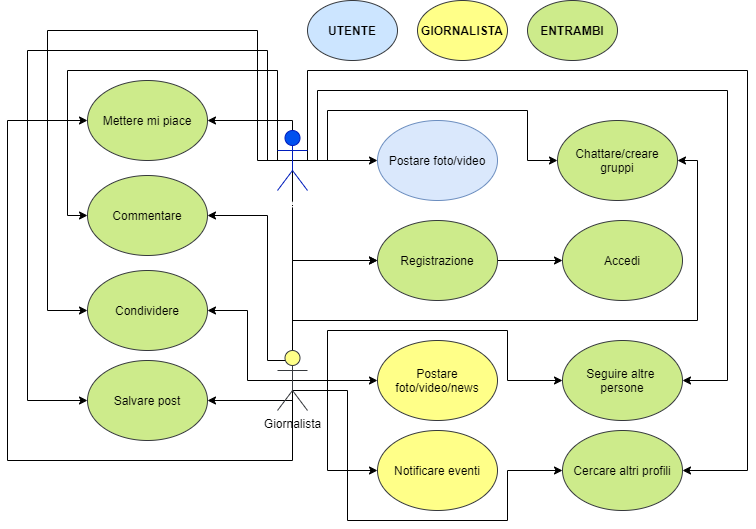
Above: UseCase.png in LucaNastasi/LibroAuto (draw.io), before the change. Source tidied: cells renumbered, new cells last; positions are measured from the earlier drawing's top-left corner, leaving out a move shared by most shapes.
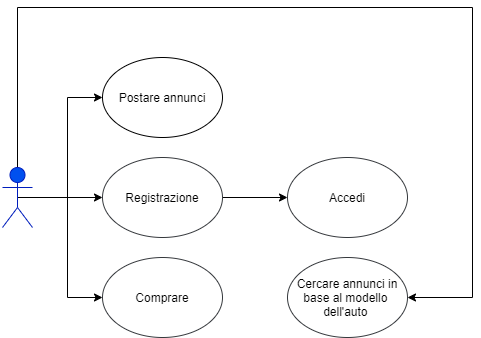
Later version of the same file.

The edit, as a diff of the source:
```diff
@@ -12,211 +12,38 @@
     <mxCell id="3" style="edgeStyle=orthogonalEdgeStyle;rounded=0;jettySize=auto;html=1;exitX=0.5;exitY=0.5;exitDx=0;exitDy=0;exitPerimeter=0;entryX=0;entryY=0.5;entryDx=0;entryDy=0;" parent="1" edge="1" source="11" target="35">
       <mxGeometry relative="1" as="geometry" />
     </mxCell>
+    <mxCell id="9" style="edgeStyle=orthogonalEdgeStyle;rounded=0;jettySize=auto;html=1;exitX=0.5;exitY=0.5;exitDx=0;exitDy=0;exitPerimeter=0;entryX=1;entryY=0.5;entryDx=0;entryDy=0;" parent="1" edge="1" source="11" target="34">
+      <mxGeometry relative="1" as="geometry">
+        <Array as="points">
+          <mxPoint x="285" y="70" />
+          <mxPoint x="740" y="70" />
+          <mxPoint x="740" y="360" />
+        </Array>
+      </mxGeometry>
+    </mxCell>
     <mxCell id="4" style="edgeStyle=orthogonalEdgeStyle;rounded=0;jettySize=auto;html=1;exitX=0.5;exitY=0.5;exitDx=0;exitDy=0;exitPerimeter=0;entryX=0;entryY=0.5;entryDx=0;entryDy=0;" parent="1" edge="1" source="11" target="28">
-      <mxGeometry relative="1" as="geometry">
-        <Array as="points">
-          <mxPoint x="270" y="160" />
-          <mxPoint x="270" y="70" />
-          <mxPoint x="60" y="70" />
-          <mxPoint x="60" y="215" />
-        </Array>
-      </mxGeometry>
+      <mxGeometry relative="1" as="geometry" />
     </mxCell>
-    <mxCell id="5" style="edgeStyle=orthogonalEdgeStyle;rounded=0;jettySize=auto;html=1;exitX=0.5;exitY=0.5;exitDx=0;exitDy=0;exitPerimeter=0;entryX=0;entryY=0.5;entryDx=0;entryDy=0;" parent="1" edge="1" source="11" target="29">
-      <mxGeometry relative="1" as="geometry">
-        <Array as="points">
-          <mxPoint x="250" y="160" />
-          <mxPoint x="250" y="30" />
-          <mxPoint x="40" y="30" />
-          <mxPoint x="40" y="310" />
-        </Array>
-      </mxGeometry>
-    </mxCell>
-    <mxCell id="6" style="edgeStyle=orthogonalEdgeStyle;rounded=0;jettySize=auto;html=1;exitX=0.5;exitY=0.5;exitDx=0;exitDy=0;exitPerimeter=0;entryX=0;entryY=0.5;entryDx=0;entryDy=0;" parent="1" edge="1" source="11" target="30">
-      <mxGeometry relative="1" as="geometry">
-        <Array as="points">
-          <mxPoint x="260" y="160" />
-          <mxPoint x="260" y="50" />
-          <mxPoint x="20" y="50" />
-          <mxPoint x="20" y="400" />
-        </Array>
-      </mxGeometry>
-    </mxCell>
-    <mxCell id="7" style="edgeStyle=orthogonalEdgeStyle;rounded=0;jettySize=auto;html=1;exitX=0.5;exitY=0.5;exitDx=0;exitDy=0;exitPerimeter=0;entryX=1;entryY=0.5;entryDx=0;entryDy=0;" parent="1" edge="1" source="11" target="31">
-      <mxGeometry relative="1" as="geometry">
-        <Array as="points">
-          <mxPoint x="285" y="120" />
-        </Array>
-      </mxGeometry>
-    </mxCell>
-    <mxCell id="8" style="edgeStyle=orthogonalEdgeStyle;rounded=0;jettySize=auto;html=1;exitX=0.5;exitY=0.5;exitDx=0;exitDy=0;exitPerimeter=0;" parent="1" edge="1" source="11" target="32">
-      <mxGeometry relative="1" as="geometry">
-        <Array as="points">
-          <mxPoint x="320" y="160" />
-          <mxPoint x="320" y="110" />
-          <mxPoint x="520" y="110" />
-          <mxPoint x="520" y="160" />
-        </Array>
-      </mxGeometry>
-    </mxCell>
-    <mxCell id="9" style="edgeStyle=orthogonalEdgeStyle;rounded=0;jettySize=auto;html=1;exitX=0.5;exitY=0.5;exitDx=0;exitDy=0;exitPerimeter=0;entryX=1;entryY=0.5;entryDx=0;entryDy=0;" parent="1" edge="1" source="11" target="34">
-      <mxGeometry relative="1" as="geometry">
-        <Array as="points">
-          <mxPoint x="300" y="160" />
-          <mxPoint x="300" y="70" />
-          <mxPoint x="740" y="70" />
-          <mxPoint x="740" y="470" />
-        </Array>
-      </mxGeometry>
-    </mxCell>
-    <mxCell id="10" style="edgeStyle=orthogonalEdgeStyle;rounded=0;jettySize=auto;html=1;exitX=0.5;exitY=0.5;exitDx=0;exitDy=0;exitPerimeter=0;entryX=1;entryY=0.5;entryDx=0;entryDy=0;" parent="1" edge="1" source="11" target="33">
-      <mxGeometry relative="1" as="geometry">
-        <Array as="points">
-          <mxPoint x="310" y="160" />
-          <mxPoint x="310" y="90" />
-          <mxPoint x="720" y="90" />
-          <mxPoint x="720" y="380" />
-        </Array>
-      </mxGeometry>
-    </mxCell>
     <mxCell id="11" value="Utente" style="shape=umlActor;verticalLabelPosition=bottom;verticalAlign=top;html=1;outlineConnect=0;fillColor=#0050ef;strokeColor=#001DBC;fontColor=#ffffff;" parent="1" vertex="1">
-      <mxGeometry x="270" y="130" width="30" height="60" as="geometry" />
+      <mxGeometry x="270" y="230" width="30" height="60" as="geometry" />
     </mxCell>
-    <mxCell id="12" style="edgeStyle=orthogonalEdgeStyle;rounded=0;jettySize=auto;html=1;exitX=0.5;exitY=0.5;exitDx=0;exitDy=0;exitPerimeter=0;entryX=0;entryY=0.5;entryDx=0;entryDy=0;" parent="1" edge="1" source="22" target="24">
-      <mxGeometry relative="1" as="geometry">
-        <Array as="points">
-          <mxPoint x="285" y="260" />
-        </Array>
-      </mxGeometry>
-    </mxCell>
-    <mxCell id="13" style="edgeStyle=orthogonalEdgeStyle;rounded=0;jettySize=auto;html=1;exitX=0.5;exitY=0.5;exitDx=0;exitDy=0;exitPerimeter=0;entryX=0;entryY=0.5;entryDx=0;entryDy=0;" parent="1" edge="1" source="22" target="26">
-      <mxGeometry relative="1" as="geometry">
-        <Array as="points">
-          <mxPoint x="370" y="380" />
-        </Array>
-      </mxGeometry>
-    </mxCell>
-    <mxCell id="14" style="edgeStyle=orthogonalEdgeStyle;rounded=0;jettySize=auto;html=1;exitX=0.5;exitY=0.5;exitDx=0;exitDy=0;exitPerimeter=0;entryX=0;entryY=0.5;entryDx=0;entryDy=0;" parent="1" edge="1" source="22" target="27">
-      <mxGeometry relative="1" as="geometry">
-        <Array as="points">
-          <mxPoint x="320" y="380" />
-          <mxPoint x="320" y="470" />
-        </Array>
-      </mxGeometry>
-    </mxCell>
-    <mxCell id="15" style="edgeStyle=orthogonalEdgeStyle;rounded=0;jettySize=auto;html=1;exitX=0.5;exitY=0.5;exitDx=0;exitDy=0;exitPerimeter=0;entryX=1;entryY=0.5;entryDx=0;entryDy=0;" parent="1" edge="1" source="22" target="28">
-      <mxGeometry relative="1" as="geometry">
-        <Array as="points">
-          <mxPoint x="285" y="360" />
-          <mxPoint x="260" y="360" />
-          <mxPoint x="260" y="215" />
-        </Array>
-      </mxGeometry>
-    </mxCell>
-    <mxCell id="16" style="edgeStyle=orthogonalEdgeStyle;rounded=0;jettySize=auto;html=1;exitX=0.5;exitY=0.5;exitDx=0;exitDy=0;exitPerimeter=0;entryX=1;entryY=0.5;entryDx=0;entryDy=0;" parent="1" edge="1" source="22" target="29">
-      <mxGeometry relative="1" as="geometry">
-        <Array as="points">
-          <mxPoint x="240" y="380" />
-          <mxPoint x="240" y="310" />
-        </Array>
-      </mxGeometry>
-    </mxCell>
-    <mxCell id="17" style="edgeStyle=orthogonalEdgeStyle;rounded=0;jettySize=auto;html=1;exitX=0.5;exitY=0.5;exitDx=0;exitDy=0;exitPerimeter=0;entryX=1;entryY=0.5;entryDx=0;entryDy=0;" parent="1" edge="1" source="22" target="30">
-      <mxGeometry relative="1" as="geometry">
-        <Array as="points">
-          <mxPoint x="285" y="400" />
-        </Array>
-      </mxGeometry>
-    </mxCell>
-    <mxCell id="18" style="edgeStyle=orthogonalEdgeStyle;rounded=0;jettySize=auto;html=1;exitX=0.5;exitY=0.5;exitDx=0;exitDy=0;exitPerimeter=0;entryX=0;entryY=0.5;entryDx=0;entryDy=0;" parent="1" edge="1" source="22" target="31">
-      <mxGeometry relative="1" as="geometry">
-        <Array as="points">
-          <mxPoint x="285" y="460" />
-          <mxPoint y="460" />
-          <mxPoint y="120" />
-        </Array>
-      </mxGeometry>
-    </mxCell>
-    <mxCell id="19" style="edgeStyle=orthogonalEdgeStyle;rounded=0;jettySize=auto;html=1;exitX=0.5;exitY=0.5;exitDx=0;exitDy=0;exitPerimeter=0;" parent="1" edge="1" source="22" target="32">
-      <mxGeometry relative="1" as="geometry">
-        <Array as="points">
-          <mxPoint x="285" y="320" />
-          <mxPoint x="690" y="320" />
-          <mxPoint x="690" y="160" />
-        </Array>
-      </mxGeometry>
-    </mxCell>
-    <mxCell id="20" style="edgeStyle=orthogonalEdgeStyle;rounded=0;jettySize=auto;html=1;exitX=0.5;exitY=0.5;exitDx=0;exitDy=0;exitPerimeter=0;entryX=0;entryY=0.5;entryDx=0;entryDy=0;" parent="1" edge="1" source="22" target="33">
-      <mxGeometry relative="1" as="geometry">
-        <Array as="points">
-          <mxPoint x="320" y="380" />
-          <mxPoint x="320" y="330" />
-          <mxPoint x="500" y="330" />
-          <mxPoint x="500" y="380" />
-        </Array>
-      </mxGeometry>
-    </mxCell>
-    <mxCell id="21" style="edgeStyle=orthogonalEdgeStyle;rounded=0;jettySize=auto;html=1;exitX=0.5;exitY=0.5;exitDx=0;exitDy=0;exitPerimeter=0;entryX=0;entryY=0.5;entryDx=0;entryDy=0;" parent="1" edge="1" source="22" target="34">
-      <mxGeometry relative="1" as="geometry">
-        <Array as="points">
-          <mxPoint x="285" y="390" />
-          <mxPoint x="340" y="390" />
-          <mxPoint x="340" y="520" />
-          <mxPoint x="500" y="520" />
-          <mxPoint x="500" y="470" />
-        </Array>
-      </mxGeometry>
-    </mxCell>
-    <mxCell id="22" value="Giornalista&lt;br&gt;" style="shape=umlActor;verticalLabelPosition=bottom;verticalAlign=top;html=1;outlineConnect=0;fillColor=#ffff88;strokeColor=#36393d;" parent="1" vertex="1">
-      <mxGeometry x="270" y="350" width="30" height="60" as="geometry" />
-    </mxCell>
     <mxCell id="23" style="edgeStyle=orthogonalEdgeStyle;rounded=0;jettySize=auto;html=1;" parent="1" edge="1" source="24" target="25">
       <mxGeometry relative="1" as="geometry" />
     </mxCell>
-    <mxCell id="24" value="Registrazione" style="ellipse;whiteSpace=wrap;html=1;fillColor=#cdeb8b;strokeColor=#36393d;" parent="1" vertex="1">
+    <mxCell id="24" value="Registrazione" style="ellipse;whiteSpace=wrap;html=1;strokeColor=#36393d;fillColor=#FFFFFF;" parent="1" vertex="1">
       <mxGeometry x="370" y="220" width="120" height="80" as="geometry" />
     </mxCell>
-    <mxCell id="25" value="Accedi" style="ellipse;whiteSpace=wrap;html=1;fillColor=#cdeb8b;strokeColor=#36393d;" parent="1" vertex="1">
+    <mxCell id="25" value="Accedi" style="ellipse;whiteSpace=wrap;html=1;strokeColor=#36393d;fillColor=#FFFFFF;" parent="1" vertex="1">
       <mxGeometry x="555" y="220" width="120" height="80" as="geometry" />
     </mxCell>
-    <mxCell id="26" value="Postare foto/video/news" style="ellipse;whiteSpace=wrap;html=1;fillColor=#ffff88;strokeColor=#36393d;" parent="1" vertex="1">
-      <mxGeometry x="370" y="340" width="120" height="80" as="geometry" />
-    </mxCell>
-    <mxCell id="27" value="Notificare eventi" style="ellipse;whiteSpace=wrap;html=1;fillColor=#ffff88;strokeColor=#36393d;" parent="1" vertex="1">
-      <mxGeometry x="370" y="430" width="120" height="80" as="geometry" />
-    </mxCell>
-    <mxCell id="28" value="Commentare" style="ellipse;whiteSpace=wrap;html=1;fillColor=#cdeb8b;strokeColor=#36393d;" parent="1" vertex="1">
-      <mxGeometry x="80" y="175" width="120" height="80" as="geometry" />
+    <mxCell id="28" value="Comprare" style="ellipse;whiteSpace=wrap;html=1;strokeColor=#36393d;fillColor=#FFFFFF;" parent="1" vertex="1">
+      <mxGeometry x="370" y="320" width="120" height="80" as="geometry" />
     </mxCell>
-    <mxCell id="29" value="Condividere" style="ellipse;whiteSpace=wrap;html=1;fillColor=#cdeb8b;strokeColor=#36393d;" parent="1" vertex="1">
-      <mxGeometry x="80" y="270" width="120" height="80" as="geometry" />
-    </mxCell>
-    <mxCell id="30" value="Salvare post" style="ellipse;whiteSpace=wrap;html=1;fillColor=#cdeb8b;strokeColor=#36393d;" parent="1" vertex="1">
-      <mxGeometry x="80" y="360" width="120" height="80" as="geometry" />
-    </mxCell>
-    <mxCell id="31" value="Mettere mi piace" style="ellipse;whiteSpace=wrap;html=1;fillColor=#cdeb8b;strokeColor=#36393d;" parent="1" vertex="1">
-      <mxGeometry x="80" y="80" width="120" height="80" as="geometry" />
-    </mxCell>
-    <mxCell id="32" value="Chattare/creare gruppi" style="ellipse;whiteSpace=wrap;html=1;fillColor=#cdeb8b;strokeColor=#36393d;" parent="1" vertex="1">
-      <mxGeometry x="550" y="120" width="120" height="80" as="geometry" />
-    </mxCell>
-    <mxCell id="33" value="Seguire altre &lt;br&gt;persone" style="ellipse;whiteSpace=wrap;html=1;fillColor=#cdeb8b;strokeColor=#36393d;" parent="1" vertex="1">
-      <mxGeometry x="555" y="340" width="120" height="80" as="geometry" />
-    </mxCell>
-    <mxCell id="34" value="Cercare altri profili" style="ellipse;whiteSpace=wrap;html=1;fillColor=#cdeb8b;strokeColor=#36393d;" parent="1" vertex="1">
-      <mxGeometry x="555" y="430" width="120" height="80" as="geometry" />
+    <mxCell id="34" value="Cercare annunci in&lt;br&gt;base al modello&amp;nbsp;&lt;br&gt;dell'auto&amp;nbsp;" style="ellipse;whiteSpace=wrap;html=1;strokeColor=#36393d;fillColor=#FFFFFF;" parent="1" vertex="1">
+      <mxGeometry x="555" y="320" width="120" height="80" as="geometry" />
     </mxCell>
-    <mxCell id="35" value="Postare foto/video" style="ellipse;whiteSpace=wrap;html=1;fillColor=#dae8fc;strokeColor=#6c8ebf;" parent="1" vertex="1">
+    <mxCell id="35" value="Postare annunci" style="ellipse;whiteSpace=wrap;html=1;fillColor=#FFFFFF;" parent="1" vertex="1">
       <mxGeometry x="370" y="120" width="120" height="80" as="geometry" />
     </mxCell>
-    <mxCell id="36" value="&lt;b&gt;UTENTE&lt;/b&gt;" style="ellipse;whiteSpace=wrap;html=1;fillColor=#cce5ff;strokeColor=#36393d;" parent="1" vertex="1">
-      <mxGeometry x="300" width="90" height="60" as="geometry" />
-    </mxCell>
-    <mxCell id="37" value="&lt;b&gt;ENTRAMBI&lt;/b&gt;" style="ellipse;whiteSpace=wrap;html=1;fillColor=#cdeb8b;strokeColor=#36393d;" parent="1" vertex="1">
-      <mxGeometry x="520" width="90" height="60" as="geometry" />
-    </mxCell>
-    <mxCell id="38" value="&lt;b&gt;GIORNALISTA&lt;/b&gt;" style="ellipse;whiteSpace=wrap;html=1;fillColor=#ffff88;strokeColor=#36393d;" parent="1" vertex="1">
-      <mxGeometry x="410" width="90" height="60" as="geometry" />
-    </mxCell>
   </root>
 </mxGraphModel>
```
